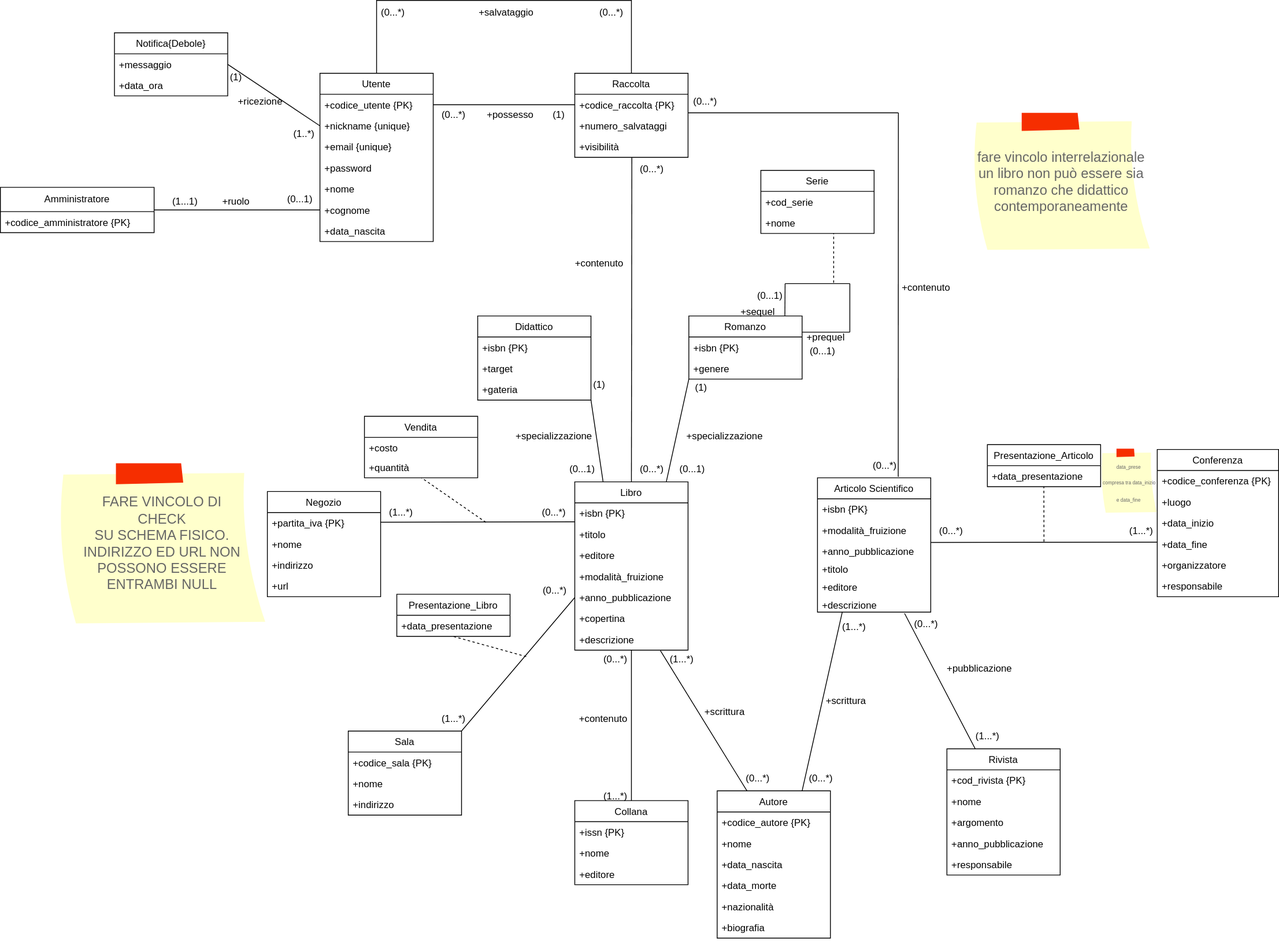
Before: progettazione_concettuale/Modello_Concettuale_Ristrutturato.drawio.svg, a diagram exported from draw.io (m3tt0/Progetto_OB_BASI). Source tidied: cells renumbered, new cells last; positions are measured from the earlier drawing's top-left corner, leaving out a move shared by most shapes.
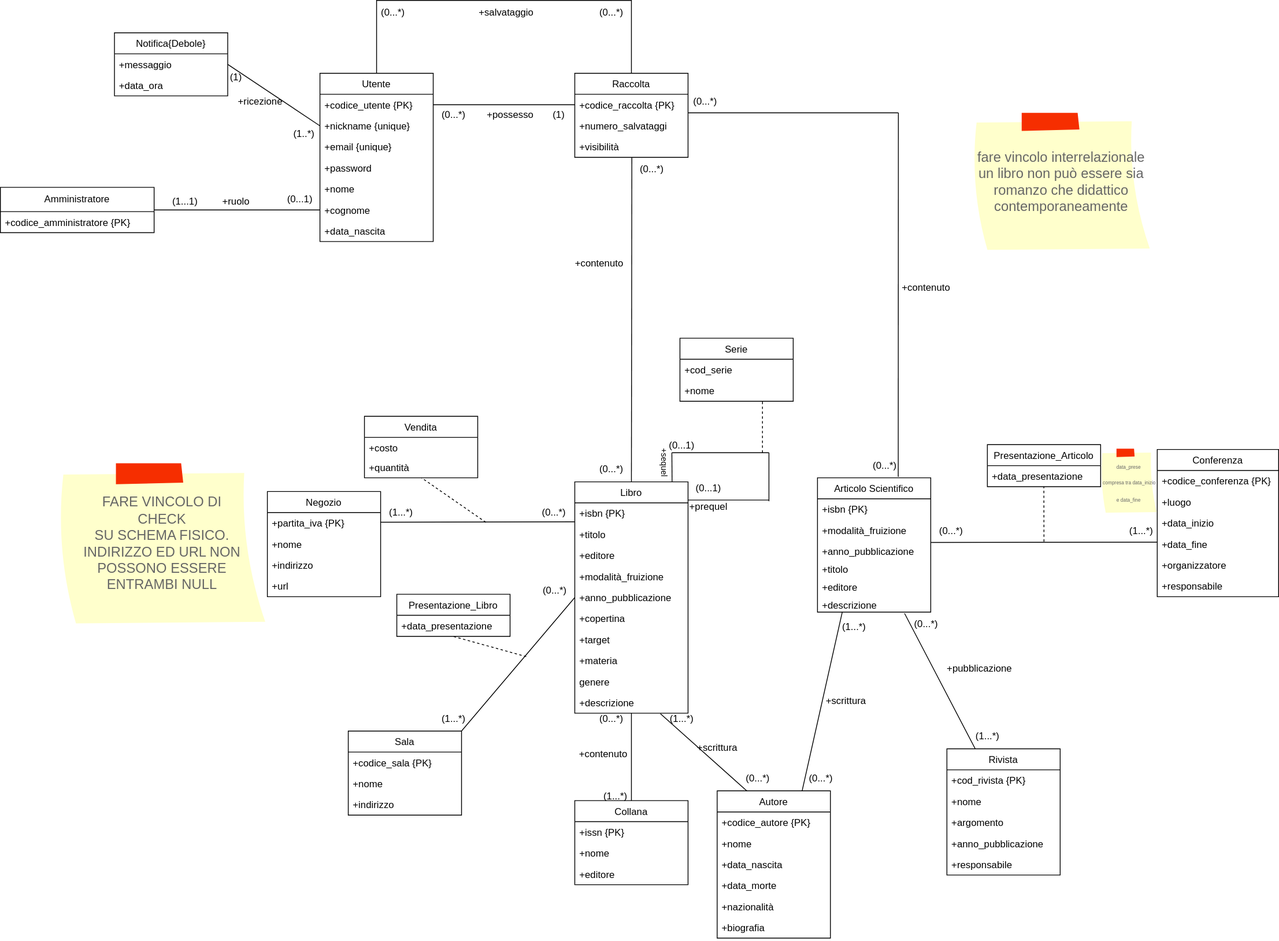
Above is the later version.

The edit, as a diff of the source:
```diff
@@ -24,7 +24,7 @@
       <mxGeometry y="156" width="150" height="26" as="geometry" />
     </mxCell>
     <mxCell id="9" value="Libro" style="swimlane;fontStyle=0;horizontal=1;startSize=26;fillColor=none;" parent="1" vertex="1">
-      <mxGeometry x="710" y="595" width="140" height="208" as="geometry" />
+      <mxGeometry x="710" y="595" width="140" height="286" as="geometry" />
     </mxCell>
     <mxCell id="10" value="+isbn {PK}" style="text;strokeColor=none;fillColor=none;align=left;verticalAlign=top;spacingLeft=4;spacingRight=4;overflow=hidden;points=[[0,0.5],[1,0.5]];portConstraint=eastwest;fontStyle=0;" parent="9" vertex="1">
       <mxGeometry y="26" width="140" height="26" as="geometry" />
@@ -44,8 +44,17 @@
     <mxCell id="15" value="+copertina" style="text;strokeColor=none;fillColor=none;align=left;verticalAlign=top;spacingLeft=4;spacingRight=4;overflow=hidden;" parent="9" vertex="1">
       <mxGeometry y="156" width="140" height="26" as="geometry" />
     </mxCell>
+    <mxCell id="86" value="+target" style="text;strokeColor=none;fillColor=none;align=left;verticalAlign=top;spacingLeft=4;spacingRight=4;overflow=hidden;" parent="9" vertex="1">
+      <mxGeometry y="182" width="140" height="26" as="geometry" />
+    </mxCell>
+    <mxCell id="159" value="+materia" style="text;strokeColor=none;fillColor=none;align=left;verticalAlign=top;spacingLeft=4;spacingRight=4;overflow=hidden;" parent="9" vertex="1">
+      <mxGeometry y="208" width="140" height="26" as="geometry" />
+    </mxCell>
+    <mxCell id="160" value="genere" style="text;strokeColor=none;fillColor=none;align=left;verticalAlign=top;spacingLeft=4;spacingRight=4;overflow=hidden;" parent="9" vertex="1">
+      <mxGeometry y="234" width="140" height="26" as="geometry" />
+    </mxCell>
     <mxCell id="16" value="+descrizione" style="text;strokeColor=none;fillColor=none;align=left;verticalAlign=top;spacingLeft=4;spacingRight=4;overflow=hidden;points=[[0,0.5],[1,0.5]];portConstraint=eastwest;" parent="9" vertex="1">
-      <mxGeometry y="182" width="140" height="26" as="geometry" />
+      <mxGeometry y="260" width="140" height="26" as="geometry" />
     </mxCell>
     <mxCell id="17" value="Articolo Scientifico" style="swimlane;fontStyle=0;horizontal=1;startSize=26;fillColor=none;" parent="1" vertex="1">
       <mxGeometry x="1010" y="590" width="140" height="166" as="geometry" />
@@ -135,7 +144,7 @@
       <mxGeometry x="1160" y="811" width="100" height="30" as="geometry" />
     </mxCell>
     <mxCell id="46" value="(1...*)" style="text;html=1;align=center;verticalAlign=middle;strokeColor=none;fillColor=none;" parent="1" vertex="1">
-      <mxGeometry x="817" y="800" width="50" height="30" as="geometry" />
+      <mxGeometry x="817" y="873" width="50" height="30" as="geometry" />
     </mxCell>
     <mxCell id="47" value="(1...*)" style="text;html=1;align=center;verticalAlign=middle;strokeColor=none;fillColor=none;" parent="1" vertex="1">
       <mxGeometry x="1030" y="760" width="50" height="30" as="geometry" />
@@ -147,7 +156,7 @@
       <mxGeometry x="988" y="947" width="52" height="30" as="geometry" />
     </mxCell>
     <mxCell id="50" value="+scrittura" style="text;html=1;align=center;verticalAlign=middle;strokeColor=none;fillColor=none;" parent="1" vertex="1">
-      <mxGeometry x="860" y="865" width="70" height="30" as="geometry" />
+      <mxGeometry x="851" y="909" width="70" height="30" as="geometry" />
     </mxCell>
     <mxCell id="51" value="+scrittura" style="text;html=1;align=center;verticalAlign=middle;strokeColor=none;fillColor=none;" parent="1" vertex="1">
       <mxGeometry x="1010" y="851" width="70" height="30" as="geometry" />
@@ -212,10 +221,10 @@
       <mxGeometry x="735" y="969" width="50" height="30" as="geometry" />
     </mxCell>
     <mxCell id="71" value="(0...*)" style="text;html=1;align=center;verticalAlign=middle;strokeColor=none;fillColor=none;" parent="1" vertex="1">
-      <mxGeometry x="735" y="800" width="50" height="30" as="geometry" />
+      <mxGeometry x="730" y="873" width="50" height="30" as="geometry" />
     </mxCell>
     <mxCell id="72" value="+contenuto" style="text;html=1;align=center;verticalAlign=middle;strokeColor=none;fillColor=none;rotation=0;" parent="1" vertex="1">
-      <mxGeometry x="705" y="873" width="80" height="30" as="geometry" />
+      <mxGeometry x="705" y="917" width="80" height="30" as="geometry" />
     </mxCell>
     <mxCell id="73" style="endArrow=none;html=1;rounded=0;exitX=1;exitY=0;exitDx=0;exitDy=0;entryX=0;entryY=0.5;entryDx=0;entryDy=0;" parent="1" edge="1" source="74" target="14">
       <mxGeometry relative="1" as="geometry" />
@@ -252,83 +261,41 @@
     <mxCell id="83" value="FARE VINCOLO DI &lt;br&gt;CHECK &lt;br&gt;SU SCHEMA FISICO.&lt;br&gt;INDIRIZZO ED URL NON POSSONO ESSERE &lt;br&gt;ENTRAMBI NULL" style="strokeWidth=1;shadow=0;dashed=0;align=center;html=1;shape=mxgraph.mockup.text.stickyNote2;fontColor=#666666;mainText=;fontSize=17;whiteSpace=wrap;fillColor=#ffffcc;strokeColor=#F62E00;" parent="1" vertex="1">
       <mxGeometry x="70" y="572" width="260" height="200" as="geometry" />
     </mxCell>
-    <mxCell id="84" value="Didattico" style="swimlane;fontStyle=0;horizontal=1;startSize=26;fillColor=none;" parent="1" vertex="1">
-      <mxGeometry x="590" y="390" width="140" height="104" as="geometry" />
-    </mxCell>
-    <mxCell id="85" value="+isbn {PK}" style="text;strokeColor=none;fillColor=none;align=left;verticalAlign=top;spacingLeft=4;spacingRight=4;overflow=hidden;fontStyle=0;" parent="84" vertex="1">
-      <mxGeometry y="26" width="140" height="26" as="geometry" />
-    </mxCell>
-    <mxCell id="86" value="+target" style="text;strokeColor=none;fillColor=none;align=left;verticalAlign=top;spacingLeft=4;spacingRight=4;overflow=hidden;" parent="84" vertex="1">
-      <mxGeometry y="52" width="140" height="26" as="geometry" />
-    </mxCell>
-    <mxCell id="87" value="+gateria" style="text;strokeColor=none;fillColor=none;align=left;verticalAlign=top;spacingLeft=4;spacingRight=4;overflow=hidden;" parent="84" vertex="1">
-      <mxGeometry y="78" width="140" height="26" as="geometry" />
-    </mxCell>
-    <mxCell id="88" value="Romanzo" style="swimlane;fontStyle=0;horizontal=1;startSize=26;fillColor=none;" parent="1" vertex="1">
-      <mxGeometry x="851" y="390" width="140" height="78" as="geometry" />
-    </mxCell>
-    <mxCell id="89" value="+isbn {PK}" style="text;strokeColor=none;fillColor=none;align=left;verticalAlign=top;spacingLeft=4;spacingRight=4;overflow=hidden;fontStyle=0;" parent="88" vertex="1">
-      <mxGeometry y="26" width="140" height="26" as="geometry" />
-    </mxCell>
-    <mxCell id="90" value="+genere" style="text;strokeColor=none;fillColor=none;align=left;verticalAlign=top;spacingLeft=4;spacingRight=4;overflow=hidden;" parent="88" vertex="1">
-      <mxGeometry y="52" width="140" height="26" as="geometry" />
-    </mxCell>
-    <mxCell id="91" style="endArrow=none;html=1;rounded=0;exitX=0.848;exitY=0.001;exitDx=0;exitDy=0;exitPerimeter=0;" parent="1" edge="1" source="88">
+    <mxCell id="91" style="endArrow=none;html=1;rounded=0;exitX=0.859;exitY=0;exitDx=0;exitDy=0;exitPerimeter=0;" parent="1" edge="1" source="9">
       <mxGeometry relative="1" as="geometry">
-        <mxPoint x="970" y="350" as="targetPoint" />
+        <mxPoint x="830" y="559" as="targetPoint" />
       </mxGeometry>
     </mxCell>
     <mxCell id="92" style="endArrow=none;html=1;rounded=0;" parent="1" edge="1">
       <mxGeometry relative="1" as="geometry">
-        <mxPoint x="970" y="350" as="sourcePoint" />
-        <mxPoint x="1050" y="350" as="targetPoint" />
+        <mxPoint x="830" y="559" as="sourcePoint" />
+        <mxPoint x="950" y="559" as="targetPoint" />
       </mxGeometry>
     </mxCell>
     <mxCell id="93" style="endArrow=none;html=1;rounded=0;" parent="1" edge="1">
       <mxGeometry relative="1" as="geometry">
-        <mxPoint x="1050" y="350" as="sourcePoint" />
-        <mxPoint x="1050" y="410" as="targetPoint" />
+        <mxPoint x="950" y="559" as="sourcePoint" />
+        <mxPoint x="950" y="619" as="targetPoint" />
       </mxGeometry>
     </mxCell>
     <mxCell id="94" style="endArrow=none;html=1;rounded=0;" parent="1" edge="1">
       <mxGeometry relative="1" as="geometry">
-        <mxPoint x="991" y="410" as="sourcePoint" />
-        <mxPoint x="1050" y="410" as="targetPoint" />
+        <mxPoint x="850" y="617.5" as="sourcePoint" />
+        <mxPoint x="950" y="617.5" as="targetPoint" />
       </mxGeometry>
     </mxCell>
     <mxCell id="95" value="(0...1)" style="text;html=1;align=center;verticalAlign=middle;strokeColor=none;fillColor=none;" parent="1" vertex="1">
-      <mxGeometry x="926" y="350" width="50" height="30" as="geometry" />
+      <mxGeometry x="817" y="535" width="50" height="30" as="geometry" />
     </mxCell>
     <mxCell id="96" value="(0...1)" style="text;html=1;align=center;verticalAlign=middle;strokeColor=none;fillColor=none;" parent="1" vertex="1">
-      <mxGeometry x="991" y="419" width="50" height="30" as="geometry" />
+      <mxGeometry x="850" y="588" width="50" height="30" as="geometry" />
     </mxCell>
-    <mxCell id="97" value="+sequel" style="text;html=1;align=center;verticalAlign=middle;strokeColor=none;fillColor=none;" parent="1" vertex="1">
-      <mxGeometry x="901" y="370" width="70" height="30" as="geometry" />
+    <mxCell id="97" value="&lt;font style=&quot;font-size: 10px;&quot;&gt;+sequel&lt;/font&gt;" style="text;html=1;align=center;verticalAlign=middle;strokeColor=none;fillColor=none;rotation=90;" parent="1" vertex="1">
+      <mxGeometry x="791" y="556" width="60" height="30" as="geometry" />
     </mxCell>
     <mxCell id="98" value="+prequel" style="text;html=1;align=center;verticalAlign=middle;strokeColor=none;fillColor=none;" parent="1" vertex="1">
-      <mxGeometry x="985" y="402" width="70" height="30" as="geometry" />
+      <mxGeometry x="840" y="611" width="70" height="30" as="geometry" />
     </mxCell>
-    <mxCell id="99" style="endArrow=none;html=1;rounded=0;exitX=1;exitY=1;exitDx=0;exitDy=0;entryX=0.25;entryY=0;entryDx=0;entryDy=0;" parent="1" edge="1" source="84" target="9">
-      <mxGeometry relative="1" as="geometry" />
-    </mxCell>
-    <mxCell id="100" style="endArrow=none;html=1;rounded=0;exitX=0;exitY=1;exitDx=0;exitDy=0;entryX=0.808;entryY=0;entryDx=0;entryDy=0;entryPerimeter=0;" parent="1" edge="1" source="88" target="9">
-      <mxGeometry relative="1" as="geometry" />
-    </mxCell>
-    <mxCell id="101" value="(0...1)" style="text;html=1;align=center;verticalAlign=middle;strokeColor=none;fillColor=none;" parent="1" vertex="1">
-      <mxGeometry x="830" y="565" width="50" height="30" as="geometry" />
-    </mxCell>
-    <mxCell id="102" value="(1)" style="text;html=1;align=center;verticalAlign=middle;strokeColor=none;fillColor=none;" parent="1" vertex="1">
-      <mxGeometry x="846" y="464" width="40" height="30" as="geometry" />
-    </mxCell>
-    <mxCell id="103" value="(1)" style="text;html=1;align=center;verticalAlign=middle;strokeColor=none;fillColor=none;" parent="1" vertex="1">
-      <mxGeometry x="720" y="460" width="40" height="30" as="geometry" />
-    </mxCell>
-    <mxCell id="104" value="(0...1)" style="text;html=1;align=center;verticalAlign=middle;strokeColor=none;fillColor=none;" parent="1" vertex="1">
-      <mxGeometry x="694" y="565" width="50" height="30" as="geometry" />
-    </mxCell>
-    <mxCell id="105" value="+specializzazione" style="text;html=1;align=center;verticalAlign=middle;strokeColor=none;fillColor=none;" parent="1" vertex="1">
-      <mxGeometry x="835" y="524" width="120" height="30" as="geometry" />
-    </mxCell>
     <mxCell id="106" value="fare vincolo interrelazionale&lt;br&gt;un libro non può essere sia romanzo che didattico contemporaneamente" style="strokeWidth=1;shadow=0;dashed=0;align=center;html=1;shape=mxgraph.mockup.text.stickyNote2;fontColor=#666666;mainText=;fontSize=17;whiteSpace=wrap;fillColor=#ffffcc;strokeColor=#F62E00;" parent="1" vertex="1">
       <mxGeometry x="1200" y="139" width="223" height="171" as="geometry" />
     </mxCell>
@@ -386,9 +353,6 @@
     <mxCell id="124" style="endArrow=none;html=1;rounded=0;exitX=1;exitY=0.5;exitDx=0;exitDy=0;entryX=0;entryY=0.5;entryDx=0;entryDy=0;" parent="1" edge="1" source="115" target="113">
       <mxGeometry relative="1" as="geometry" />
     </mxCell>
-    <mxCell id="125" value="+specializzazione" style="text;html=1;align=center;verticalAlign=middle;strokeColor=none;fillColor=none;" parent="1" vertex="1">
-      <mxGeometry x="624" y="524" width="120" height="30" as="geometry" />
-    </mxCell>
     <mxCell id="126" value="Raccolta" style="swimlane;fontStyle=0;horizontal=1;startSize=26;fillColor=none;" parent="1" vertex="1">
       <mxGeometry x="710" y="90" width="140" height="104" as="geometry" />
     </mxCell>
@@ -461,7 +425,7 @@
       </mxGeometry>
     </mxCell>
     <mxCell id="146" value="(0...*)" style="text;html=1;align=center;verticalAlign=middle;strokeColor=none;fillColor=none;" parent="1" vertex="1">
-      <mxGeometry x="780" y="565" width="50" height="30" as="geometry" />
+      <mxGeometry x="730" y="565" width="50" height="30" as="geometry" />
     </mxCell>
     <mxCell id="147" value="(0...*)" style="text;html=1;align=center;verticalAlign=middle;strokeColor=none;fillColor=none;" parent="1" vertex="1">
       <mxGeometry x="846" y="110" width="50" height="30" as="geometry" />
@@ -470,7 +434,7 @@
       <mxGeometry x="1068" y="560" width="50" height="30" as="geometry" />
     </mxCell>
     <mxCell id="149" value="Serie" style="swimlane;fontStyle=0;horizontal=1;startSize=26;fillColor=none;" parent="1" vertex="1">
-      <mxGeometry x="940" y="210" width="140" height="78" as="geometry" />
+      <mxGeometry x="840" y="417.5" width="140" height="78" as="geometry" />
     </mxCell>
     <mxCell id="150" value="+cod_serie" style="text;strokeColor=none;fillColor=none;align=left;verticalAlign=top;spacingLeft=4;spacingRight=4;overflow=hidden;" parent="149" vertex="1">
       <mxGeometry y="26" width="140" height="26" as="geometry" />
@@ -480,8 +444,8 @@
     </mxCell>
     <mxCell id="152" style="endArrow=none;dashed=1;html=1;rounded=0;" parent="1" edge="1">
       <mxGeometry relative="1" as="geometry">
-        <mxPoint x="1030" y="349" as="sourcePoint" />
-        <mxPoint x="1030" y="288" as="targetPoint" />
+        <mxPoint x="942" y="559" as="sourcePoint" />
+        <mxPoint x="942" y="495.5" as="targetPoint" />
       </mxGeometry>
     </mxCell>
     <mxCell id="153" style="html=1;align=right;verticalAlign=bottom;" parent="1" vertex="1">
```
